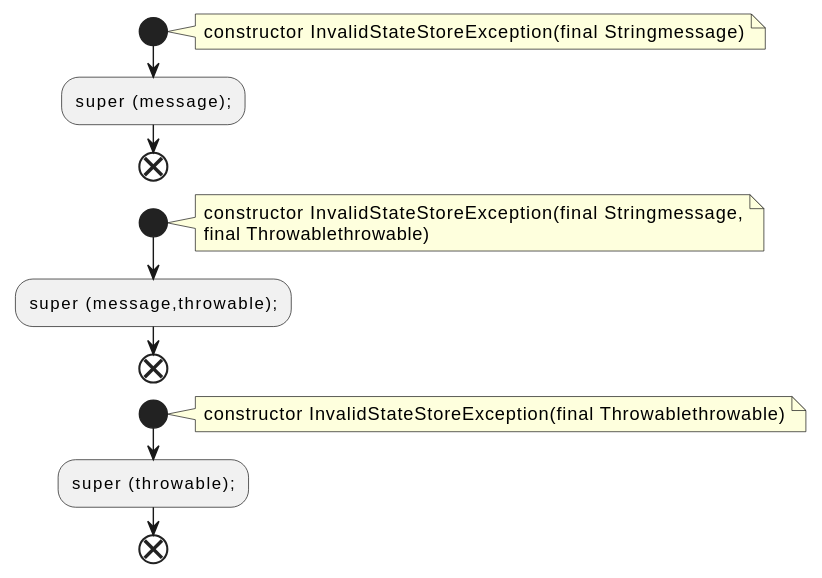
qualitesys/kafka keeps this PlantUML diagram as docs/qc/streams/src/main/java/org/apache/kafka/streams/errors/InvalidStateStoreException.java.fct.svg. Above is the earlier version.
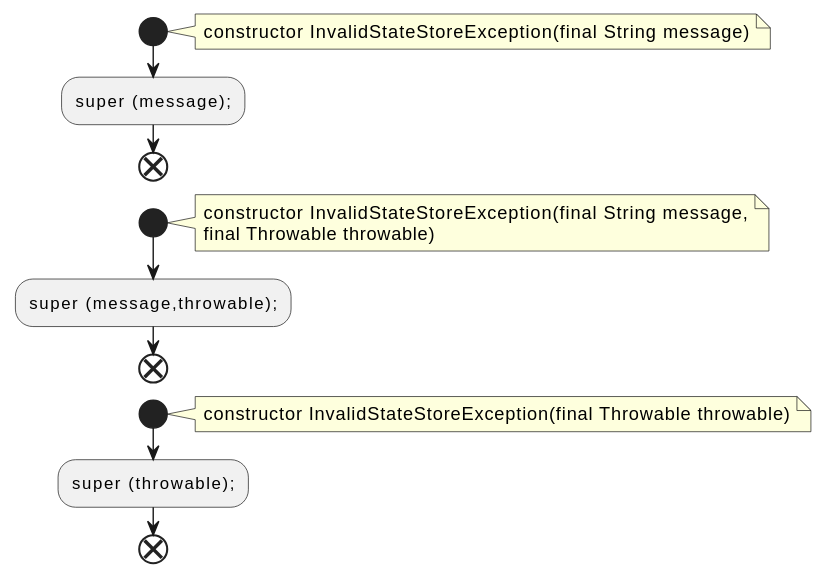
After the change.

The edit, as a diff of the source:
```diff
@@ -2,20 +2,20 @@
 !pragma layout smetana
 start
 note right
-constructor InvalidStateStoreException(final Stringmessage)
+constructor InvalidStateStoreException(final String message)
 end note
 :super (message);;
 end
 start
 note right
-constructor InvalidStateStoreException(final Stringmessage,
-final Throwablethrowable)
+constructor InvalidStateStoreException(final String message,
+final Throwable throwable)
 end note
 :super (message,throwable);;
 end
 start
 note right
-constructor InvalidStateStoreException(final Throwablethrowable)
+constructor InvalidStateStoreException(final Throwable throwable)
 end note
 :super (throwable);;
 end
```
